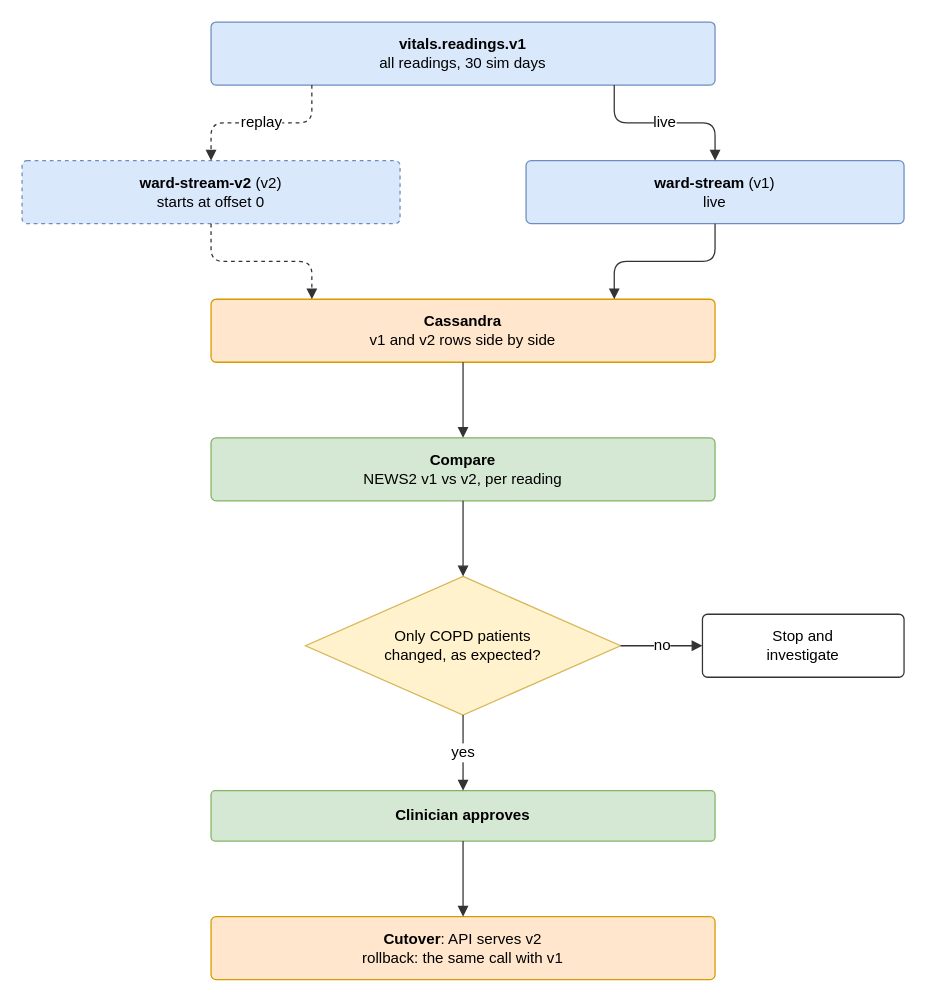
Earlier version of the draw.io diagram docs/diagrams/D4-replay-branching.drawio (Ashfaq-Riyaldeen/hospital-vitals-kappa). Source tidied: cells renumbered, new cells numbered last; positions are measured from the earlier drawing's top-left corner, leaving out a move shared by most shapes. Both pictures are drawn from the tidied source at 126%, with x=0, y=0 at pixel (21, 21).
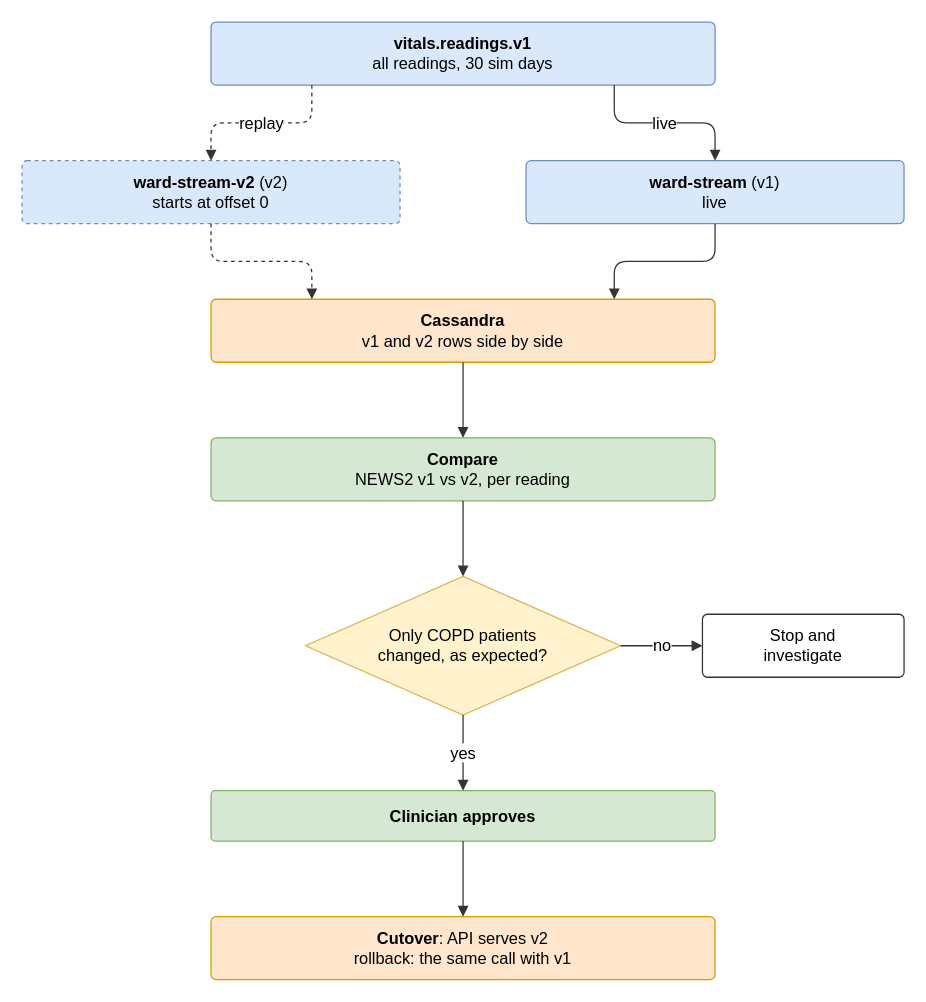
The same diagram, later.

The edit, as a diff of the source:
```diff
@@
 <mxGraphModel>
   <root>
     <mxCell id="0" />
     <mxCell id="1" parent="0" />
-    <mxCell id="2" value="&lt;b&gt;vitals.readings.v1&lt;/b&gt;&lt;br&gt;all readings, 30 sim days" style="whiteSpace=wrap;html=1;rounded=1;arcSize=8;fontFamily=Helvetica;fontSize=12;fillColor=#dae8fc;strokeColor=#6c8ebf;" parent="1" vertex="1">
+    <mxCell id="2" value="&lt;b&gt;vitals.readings.v1&lt;/b&gt;&lt;br&gt;all readings, 30 sim days" style="whiteSpace=wrap;html=1;rounded=1;arcSize=8;fontFamily=Helvetica;fontSize=13;fillColor=#dae8fc;strokeColor=#6c8ebf;" parent="1" vertex="1">
       <mxGeometry x="150" width="400" height="50" as="geometry" />
     </mxCell>
-    <mxCell id="3" value="&lt;b&gt;ward-stream-v2&lt;/b&gt; (v2)&lt;br&gt;starts at offset 0" style="whiteSpace=wrap;html=1;rounded=1;arcSize=8;fontFamily=Helvetica;fontSize=12;fillColor=#dae8fc;strokeColor=#6c8ebf;dashed=1;" parent="1" vertex="1">
+    <mxCell id="3" value="&lt;b&gt;ward-stream-v2&lt;/b&gt; (v2)&lt;br&gt;starts at offset 0" style="whiteSpace=wrap;html=1;rounded=1;arcSize=8;fontFamily=Helvetica;fontSize=13;fillColor=#dae8fc;strokeColor=#6c8ebf;dashed=1;" parent="1" vertex="1">
       <mxGeometry y="110" width="300" height="50" as="geometry" />
     </mxCell>
-    <mxCell id="4" value="&lt;b&gt;ward-stream&lt;/b&gt; (v1)&lt;br&gt;live" style="whiteSpace=wrap;html=1;rounded=1;arcSize=8;fontFamily=Helvetica;fontSize=12;fillColor=#dae8fc;strokeColor=#6c8ebf;" parent="1" vertex="1">
+    <mxCell id="4" value="&lt;b&gt;ward-stream&lt;/b&gt; (v1)&lt;br&gt;live" style="whiteSpace=wrap;html=1;rounded=1;arcSize=8;fontFamily=Helvetica;fontSize=13;fillColor=#dae8fc;strokeColor=#6c8ebf;" parent="1" vertex="1">
       <mxGeometry x="400" y="110" width="300" height="50" as="geometry" />
     </mxCell>
-    <mxCell id="5" value="replay" style="edgeStyle=orthogonalEdgeStyle;rounded=1;html=1;endArrow=block;endFill=1;fontFamily=Helvetica;fontSize=12;labelBackgroundColor=#ffffff;strokeColor=#333333;jumpStyle=arc;jumpSize=8;exitX=0.2;exitY=1;exitDx=0;exitDy=0;entryX=0.5;entryY=0;entryDx=0;entryDy=0;dashed=1;" parent="1" edge="1" source="2" target="3">
+    <mxCell id="5" value="replay" style="edgeStyle=orthogonalEdgeStyle;rounded=1;html=1;endArrow=block;endFill=1;fontFamily=Helvetica;fontSize=13;labelBackgroundColor=#ffffff;strokeColor=#333333;jumpStyle=arc;jumpSize=8;exitX=0.2;exitY=1;exitDx=0;exitDy=0;entryX=0.5;entryY=0;entryDx=0;entryDy=0;dashed=1;" parent="1" edge="1" source="2" target="3">
       <mxGeometry relative="1" as="geometry" />
     </mxCell>
-    <mxCell id="6" value="live" style="edgeStyle=orthogonalEdgeStyle;rounded=1;html=1;endArrow=block;endFill=1;fontFamily=Helvetica;fontSize=12;labelBackgroundColor=#ffffff;strokeColor=#333333;jumpStyle=arc;jumpSize=8;exitX=0.8;exitY=1;exitDx=0;exitDy=0;entryX=0.5;entryY=0;entryDx=0;entryDy=0;" parent="1" edge="1" source="2" target="4">
+    <mxCell id="6" value="live" style="edgeStyle=orthogonalEdgeStyle;rounded=1;html=1;endArrow=block;endFill=1;fontFamily=Helvetica;fontSize=13;labelBackgroundColor=#ffffff;strokeColor=#333333;jumpStyle=arc;jumpSize=8;exitX=0.8;exitY=1;exitDx=0;exitDy=0;entryX=0.5;entryY=0;entryDx=0;entryDy=0;" parent="1" edge="1" source="2" target="4">
       <mxGeometry relative="1" as="geometry" />
     </mxCell>
-    <mxCell id="7" value="&lt;b&gt;Cassandra&lt;/b&gt;&lt;br&gt;v1 and v2 rows side by side" style="whiteSpace=wrap;html=1;rounded=1;arcSize=8;fontFamily=Helvetica;fontSize=12;fillColor=#ffe6cc;strokeColor=#d79b00;" parent="1" vertex="1">
+    <mxCell id="7" value="&lt;b&gt;Cassandra&lt;/b&gt;&lt;br&gt;v1 and v2 rows side by side" style="whiteSpace=wrap;html=1;rounded=1;arcSize=8;fontFamily=Helvetica;fontSize=13;fillColor=#ffe6cc;strokeColor=#d79b00;" parent="1" vertex="1">
       <mxGeometry x="150" y="220" width="400" height="50" as="geometry" />
     </mxCell>
-    <mxCell id="8" style="edgeStyle=orthogonalEdgeStyle;rounded=1;html=1;endArrow=block;endFill=1;fontFamily=Helvetica;fontSize=12;labelBackgroundColor=#ffffff;strokeColor=#333333;jumpStyle=arc;jumpSize=8;exitX=0.5;exitY=1;exitDx=0;exitDy=0;entryX=0.2;entryY=0;entryDx=0;entryDy=0;dashed=1;" parent="1" edge="1" source="3" target="7">
+    <mxCell id="8" style="edgeStyle=orthogonalEdgeStyle;rounded=1;html=1;endArrow=block;endFill=1;fontFamily=Helvetica;fontSize=13;labelBackgroundColor=#ffffff;strokeColor=#333333;jumpStyle=arc;jumpSize=8;exitX=0.5;exitY=1;exitDx=0;exitDy=0;entryX=0.2;entryY=0;entryDx=0;entryDy=0;dashed=1;" parent="1" edge="1" source="3" target="7">
       <mxGeometry relative="1" as="geometry" />
     </mxCell>
-    <mxCell id="9" style="edgeStyle=orthogonalEdgeStyle;rounded=1;html=1;endArrow=block;endFill=1;fontFamily=Helvetica;fontSize=12;labelBackgroundColor=#ffffff;strokeColor=#333333;jumpStyle=arc;jumpSize=8;exitX=0.5;exitY=1;exitDx=0;exitDy=0;entryX=0.8;entryY=0;entryDx=0;entryDy=0;" parent="1" edge="1" source="4" target="7">
+    <mxCell id="9" style="edgeStyle=orthogonalEdgeStyle;rounded=1;html=1;endArrow=block;endFill=1;fontFamily=Helvetica;fontSize=13;labelBackgroundColor=#ffffff;strokeColor=#333333;jumpStyle=arc;jumpSize=8;exitX=0.5;exitY=1;exitDx=0;exitDy=0;entryX=0.8;entryY=0;entryDx=0;entryDy=0;" parent="1" edge="1" source="4" target="7">
       <mxGeometry relative="1" as="geometry" />
     </mxCell>
-    <mxCell id="10" value="&lt;b&gt;Compare&lt;/b&gt;&lt;br&gt;NEWS2 v1 vs v2, per reading" style="whiteSpace=wrap;html=1;rounded=1;arcSize=8;fontFamily=Helvetica;fontSize=12;fillColor=#d5e8d4;strokeColor=#82b366;" parent="1" vertex="1">
+    <mxCell id="10" value="&lt;b&gt;Compare&lt;/b&gt;&lt;br&gt;NEWS2 v1 vs v2, per reading" style="whiteSpace=wrap;html=1;rounded=1;arcSize=8;fontFamily=Helvetica;fontSize=13;fillColor=#d5e8d4;strokeColor=#82b366;" parent="1" vertex="1">
       <mxGeometry x="150" y="330" width="400" height="50" as="geometry" />
     </mxCell>
-    <mxCell id="11" style="edgeStyle=orthogonalEdgeStyle;rounded=1;html=1;endArrow=block;endFill=1;fontFamily=Helvetica;fontSize=12;labelBackgroundColor=#ffffff;strokeColor=#333333;jumpStyle=arc;jumpSize=8;exitX=0.5;exitY=1;exitDx=0;exitDy=0;entryX=0.5;entryY=0;entryDx=0;entryDy=0;" parent="1" edge="1" source="7" target="10">
+    <mxCell id="11" style="edgeStyle=orthogonalEdgeStyle;rounded=1;html=1;endArrow=block;endFill=1;fontFamily=Helvetica;fontSize=13;labelBackgroundColor=#ffffff;strokeColor=#333333;jumpStyle=arc;jumpSize=8;exitX=0.5;exitY=1;exitDx=0;exitDy=0;entryX=0.5;entryY=0;entryDx=0;entryDy=0;" parent="1" edge="1" source="7" target="10">
       <mxGeometry relative="1" as="geometry" />
     </mxCell>
-    <mxCell id="12" value="Only COPD patients&lt;br&gt;changed, as expected?" style="rhombus;whiteSpace=wrap;html=1;fontFamily=Helvetica;fontSize=12;fillColor=#fff2cc;strokeColor=#d6b656;" parent="1" vertex="1">
+    <mxCell id="12" value="Only COPD patients&lt;br&gt;changed, as expected?" style="rhombus;whiteSpace=wrap;html=1;fontFamily=Helvetica;fontSize=13;fillColor=#fff2cc;strokeColor=#d6b656;" parent="1" vertex="1">
       <mxGeometry x="225" y="440" width="250" height="110" as="geometry" />
     </mxCell>
-    <mxCell id="13" style="edgeStyle=orthogonalEdgeStyle;rounded=1;html=1;endArrow=block;endFill=1;fontFamily=Helvetica;fontSize=12;labelBackgroundColor=#ffffff;strokeColor=#333333;jumpStyle=arc;jumpSize=8;exitX=0.5;exitY=1;exitDx=0;exitDy=0;entryX=0.5;entryY=0;entryDx=0;entryDy=0;" parent="1" edge="1" source="10" target="12">
+    <mxCell id="13" style="edgeStyle=orthogonalEdgeStyle;rounded=1;html=1;endArrow=block;endFill=1;fontFamily=Helvetica;fontSize=13;labelBackgroundColor=#ffffff;strokeColor=#333333;jumpStyle=arc;jumpSize=8;exitX=0.5;exitY=1;exitDx=0;exitDy=0;entryX=0.5;entryY=0;entryDx=0;entryDy=0;" parent="1" edge="1" source="10" target="12">
       <mxGeometry relative="1" as="geometry" />
     </mxCell>
-    <mxCell id="14" value="Stop and&lt;br&gt;investigate" style="whiteSpace=wrap;html=1;rounded=1;arcSize=8;fontFamily=Helvetica;fontSize=12;fillColor=#ffffff;strokeColor=#333333;" parent="1" vertex="1">
+    <mxCell id="14" value="Stop and&lt;br&gt;investigate" style="whiteSpace=wrap;html=1;rounded=1;arcSize=8;fontFamily=Helvetica;fontSize=13;fillColor=#ffffff;strokeColor=#333333;" parent="1" vertex="1">
       <mxGeometry x="540" y="470" width="160" height="50" as="geometry" />
     </mxCell>
-    <mxCell id="15" value="no" style="edgeStyle=orthogonalEdgeStyle;rounded=1;html=1;endArrow=block;endFill=1;fontFamily=Helvetica;fontSize=12;labelBackgroundColor=#ffffff;strokeColor=#333333;jumpStyle=arc;jumpSize=8;exitX=1;exitY=0.5;exitDx=0;exitDy=0;entryX=0;entryY=0.5;entryDx=0;entryDy=0;" parent="1" edge="1" source="12" target="14">
+    <mxCell id="15" value="no" style="edgeStyle=orthogonalEdgeStyle;rounded=1;html=1;endArrow=block;endFill=1;fontFamily=Helvetica;fontSize=13;labelBackgroundColor=#ffffff;strokeColor=#333333;jumpStyle=arc;jumpSize=8;exitX=1;exitY=0.5;exitDx=0;exitDy=0;entryX=0;entryY=0.5;entryDx=0;entryDy=0;" parent="1" edge="1" source="12" target="14">
       <mxGeometry relative="1" as="geometry" />
     </mxCell>
-    <mxCell id="16" value="&lt;b&gt;Clinician approves&lt;/b&gt;" style="whiteSpace=wrap;html=1;rounded=1;arcSize=8;fontFamily=Helvetica;fontSize=12;fillColor=#d5e8d4;strokeColor=#82b366;" parent="1" vertex="1">
+    <mxCell id="16" value="&lt;b&gt;Clinician approves&lt;/b&gt;" style="whiteSpace=wrap;html=1;rounded=1;arcSize=8;fontFamily=Helvetica;fontSize=13;fillColor=#d5e8d4;strokeColor=#82b366;" parent="1" vertex="1">
       <mxGeometry x="150" y="610" width="400" height="40" as="geometry" />
     </mxCell>
-    <mxCell id="17" value="yes" style="edgeStyle=orthogonalEdgeStyle;rounded=1;html=1;endArrow=block;endFill=1;fontFamily=Helvetica;fontSize=12;labelBackgroundColor=#ffffff;strokeColor=#333333;jumpStyle=arc;jumpSize=8;exitX=0.5;exitY=1;exitDx=0;exitDy=0;entryX=0.5;entryY=0;entryDx=0;entryDy=0;" parent="1" edge="1" source="12" target="16">
+    <mxCell id="17" value="yes" style="edgeStyle=orthogonalEdgeStyle;rounded=1;html=1;endArrow=block;endFill=1;fontFamily=Helvetica;fontSize=13;labelBackgroundColor=#ffffff;strokeColor=#333333;jumpStyle=arc;jumpSize=8;exitX=0.5;exitY=1;exitDx=0;exitDy=0;entryX=0.5;entryY=0;entryDx=0;entryDy=0;" parent="1" edge="1" source="12" target="16">
       <mxGeometry relative="1" as="geometry" />
     </mxCell>
-    <mxCell id="18" value="&lt;b&gt;Cutover&lt;/b&gt;: API serves v2&lt;br&gt;rollback: the same call with v1" style="whiteSpace=wrap;html=1;rounded=1;arcSize=8;fontFamily=Helvetica;fontSize=12;fillColor=#ffe6cc;strokeColor=#d79b00;" parent="1" vertex="1">
+    <mxCell id="18" value="&lt;b&gt;Cutover&lt;/b&gt;: API serves v2&lt;br&gt;rollback: the same call with v1" style="whiteSpace=wrap;html=1;rounded=1;arcSize=8;fontFamily=Helvetica;fontSize=13;fillColor=#ffe6cc;strokeColor=#d79b00;" parent="1" vertex="1">
       <mxGeometry x="150" y="710" width="400" height="50" as="geometry" />
     </mxCell>
-    <mxCell id="19" style="edgeStyle=orthogonalEdgeStyle;rounded=1;html=1;endArrow=block;endFill=1;fontFamily=Helvetica;fontSize=12;labelBackgroundColor=#ffffff;strokeColor=#333333;jumpStyle=arc;jumpSize=8;exitX=0.5;exitY=1;exitDx=0;exitDy=0;entryX=0.5;entryY=0;entryDx=0;entryDy=0;" parent="1" edge="1" source="16" target="18">
+    <mxCell id="19" style="edgeStyle=orthogonalEdgeStyle;rounded=1;html=1;endArrow=block;endFill=1;fontFamily=Helvetica;fontSize=13;labelBackgroundColor=#ffffff;strokeColor=#333333;jumpStyle=arc;jumpSize=8;exitX=0.5;exitY=1;exitDx=0;exitDy=0;entryX=0.5;entryY=0;entryDx=0;entryDy=0;" parent="1" edge="1" source="16" target="18">
       <mxGeometry relative="1" as="geometry" />
     </mxCell>
   </root>
 </mxGraphModel>
```
